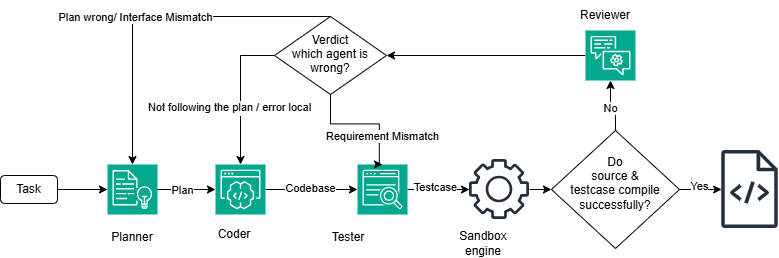
Before: images/Architect.png, a diagram exported from draw.io (Ctam0504/MAPS-Code). Source tidied: cells renumbered, new cells last; positions are measured from the earlier drawing's top-left corner, leaving out a move shared by most shapes. Source of this version:
```xml
<mxGraphModel>
  <root>
    <mxCell id="0" />
    <mxCell id="1" parent="0" />
    <mxCell id="2" style="sketch=0;points=[[0,0,0],[0.25,0,0],[0.5,0,0],[0.75,0,0],[1,0,0],[0,1,0],[0.25,1,0],[0.5,1,0],[0.75,1,0],[1,1,0],[0,0.25,0],[0,0.5,0],[0,0.75,0],[1,0.25,0],[1,0.5,0],[1,0.75,0]];outlineConnect=0;fontColor=#232F3E;fillColor=#01A88D;strokeColor=#ffffff;dashed=0;verticalLabelPosition=bottom;verticalAlign=top;align=center;html=1;fontSize=12;fontStyle=0;shape=mxgraph.aws4.resourceIcon;resIcon=mxgraph.aws4.comprehend;" parent="1" vertex="1">
      <mxGeometry x="107" y="164" width="50" height="50" as="geometry" />
    </mxCell>
    <mxCell id="3" style="edgeStyle=orthogonalEdgeStyle;rounded=0;jettySize=auto;html=1;exitX=1;exitY=0.5;exitDx=0;exitDy=0;exitPerimeter=0;" parent="1" edge="1" source="5" target="19">
      <mxGeometry relative="1" as="geometry" />
    </mxCell>
    <mxCell id="4" value="Testcase" style="edgeLabel;html=1;align=center;verticalAlign=middle;" parent="3" vertex="1">
      <mxGeometry x="-0.07" y="2" relative="1" as="geometry">
        <mxPoint x="-2" y="-1" as="offset" />
      </mxGeometry>
    </mxCell>
    <mxCell id="5" style="sketch=0;points=[[0,0,0],[0.25,0,0],[0.5,0,0],[0.75,0,0],[1,0,0],[0,1,0],[0.25,1,0],[0.5,1,0],[0.75,1,0],[1,1,0],[0,0.25,0],[0,0.5,0],[0,0.75,0],[1,0.25,0],[1,0.5,0],[1,0.75,0]];outlineConnect=0;fontColor=#232F3E;fillColor=#01A88D;strokeColor=#ffffff;dashed=0;verticalLabelPosition=bottom;verticalAlign=top;align=center;html=1;fontSize=12;fontStyle=0;shape=mxgraph.aws4.resourceIcon;resIcon=mxgraph.aws4.kendra;" parent="1" vertex="1">
      <mxGeometry x="357" y="164" width="50" height="50" as="geometry" />
    </mxCell>
    <mxCell id="6" style="edgeStyle=orthogonalEdgeStyle;rounded=0;jettySize=auto;html=1;exitX=0;exitY=0.5;exitDx=0;exitDy=0;exitPerimeter=0;entryX=1;entryY=0.5;entryDx=0;entryDy=0;" parent="1" edge="1" source="7" target="26">
      <mxGeometry relative="1" as="geometry" />
    </mxCell>
    <mxCell id="7" style="sketch=0;points=[[0,0,0],[0.25,0,0],[0.5,0,0],[0.75,0,0],[1,0,0],[0,1,0],[0.25,1,0],[0.5,1,0],[0.75,1,0],[1,1,0],[0,0.25,0],[0,0.5,0],[0,0.75,0],[1,0.25,0],[1,0.5,0],[1,0.75,0]];outlineConnect=0;fontColor=#232F3E;fillColor=#01A88D;strokeColor=#ffffff;dashed=0;verticalLabelPosition=bottom;verticalAlign=top;align=center;html=1;fontSize=12;fontStyle=0;shape=mxgraph.aws4.resourceIcon;resIcon=mxgraph.aws4.lex;" parent="1" vertex="1">
      <mxGeometry x="585" y="30" width="50" height="50" as="geometry" />
    </mxCell>
    <mxCell id="8" style="sketch=0;points=[[0,0,0],[0.25,0,0],[0.5,0,0],[0.75,0,0],[1,0,0],[0,1,0],[0.25,1,0],[0.5,1,0],[0.75,1,0],[1,1,0],[0,0.25,0],[0,0.5,0],[0,0.75,0],[1,0.25,0],[1,0.5,0],[1,0.75,0]];outlineConnect=0;fontColor=#232F3E;fillColor=#01A88D;strokeColor=#ffffff;dashed=0;verticalLabelPosition=bottom;verticalAlign=top;align=center;html=1;fontSize=12;fontStyle=0;shape=mxgraph.aws4.resourceIcon;resIcon=mxgraph.aws4.codewhisperer;" parent="1" vertex="1">
      <mxGeometry x="215" y="164" width="50" height="50" as="geometry" />
    </mxCell>
    <mxCell id="9" style="edgeStyle=orthogonalEdgeStyle;rounded=0;jettySize=auto;html=1;exitX=1;exitY=0.5;exitDx=0;exitDy=0;exitPerimeter=0;entryX=0;entryY=0.5;entryDx=0;entryDy=0;entryPerimeter=0;" parent="1" edge="1" source="2" target="8">
      <mxGeometry relative="1" as="geometry" />
    </mxCell>
    <mxCell id="10" value="Plan" style="edgeLabel;html=1;align=center;verticalAlign=middle;" parent="9" vertex="1">
      <mxGeometry x="0.07" y="1" relative="1" as="geometry">
        <mxPoint x="-7" y="1" as="offset" />
      </mxGeometry>
    </mxCell>
    <mxCell id="11" style="edgeStyle=orthogonalEdgeStyle;rounded=0;jettySize=auto;html=1;exitX=1;exitY=0.5;exitDx=0;exitDy=0;exitPerimeter=0;entryX=0;entryY=0.5;entryDx=0;entryDy=0;entryPerimeter=0;" parent="1" edge="1" source="8" target="5">
      <mxGeometry relative="1" as="geometry" />
    </mxCell>
    <mxCell id="12" value="Codebase" style="edgeLabel;html=1;align=center;verticalAlign=middle;" parent="11" vertex="1">
      <mxGeometry x="-0.34" y="2" relative="1" as="geometry">
        <mxPoint x="14" as="offset" />
      </mxGeometry>
    </mxCell>
    <mxCell id="13" style="sketch=0;outlineConnect=0;fontColor=#232F3E;gradientColor=none;fillColor=#232F3D;strokeColor=none;dashed=0;verticalLabelPosition=bottom;verticalAlign=top;align=center;html=1;fontSize=12;fontStyle=0;shape=mxgraph.aws4.source_code;" parent="1" vertex="1">
      <mxGeometry x="721" y="150" width="57" height="78" as="geometry" />
    </mxCell>
    <mxCell id="14" value="Coder" style="text;html=1;whiteSpace=wrap;strokeColor=none;fillColor=none;align=center;verticalAlign=middle;rounded=0;" parent="1" vertex="1">
      <mxGeometry x="204" y="219" width="60" height="30" as="geometry" />
    </mxCell>
    <mxCell id="15" value="Planner" style="text;html=1;whiteSpace=wrap;strokeColor=none;fillColor=none;align=center;verticalAlign=middle;rounded=0;" parent="1" vertex="1">
      <mxGeometry x="102" y="222" width="60" height="30" as="geometry" />
    </mxCell>
    <mxCell id="16" value="Tester" style="text;html=1;whiteSpace=wrap;strokeColor=none;fillColor=none;align=center;verticalAlign=middle;rounded=0;" parent="1" vertex="1">
      <mxGeometry x="318" y="222" width="60" height="30" as="geometry" />
    </mxCell>
    <mxCell id="17" value="Reviewer" style="text;html=1;whiteSpace=wrap;strokeColor=none;fillColor=none;align=center;verticalAlign=middle;rounded=0;" parent="1" vertex="1">
      <mxGeometry x="575" width="60" height="30" as="geometry" />
    </mxCell>
    <mxCell id="18" style="edgeStyle=orthogonalEdgeStyle;rounded=0;jettySize=auto;html=1;entryX=0;entryY=0.5;entryDx=0;entryDy=0;" parent="1" edge="1" source="19" target="33">
      <mxGeometry relative="1" as="geometry" />
    </mxCell>
    <mxCell id="19" style="sketch=0;outlineConnect=0;fontColor=#232F3E;gradientColor=none;fillColor=#232F3D;strokeColor=none;dashed=0;verticalLabelPosition=bottom;verticalAlign=top;align=center;html=1;fontSize=12;fontStyle=0;shape=mxgraph.aws4.gear;" parent="1" vertex="1">
      <mxGeometry x="469" y="159" width="60" height="60" as="geometry" />
    </mxCell>
    <mxCell id="20" value="Sandbox engine" style="text;html=1;whiteSpace=wrap;strokeColor=none;fillColor=none;align=center;verticalAlign=middle;rounded=0;" parent="1" vertex="1">
      <mxGeometry x="453" y="228" width="60" height="30" as="geometry" />
    </mxCell>
    <mxCell id="21" style="edgeStyle=orthogonalEdgeStyle;rounded=0;jettySize=auto;html=1;exitX=0;exitY=0.5;exitDx=0;exitDy=0;entryX=0.5;entryY=0;entryDx=0;entryDy=0;entryPerimeter=0;" parent="1" edge="1" source="26" target="8">
      <mxGeometry relative="1" as="geometry" />
    </mxCell>
    <mxCell id="22" value="Text" style="edgeLabel;html=1;align=center;verticalAlign=middle;" parent="21" vertex="1">
      <mxGeometry x="0.22" y="-2" relative="1" as="geometry" />
    </mxCell>
    <mxCell id="23" value="Not following the plan / error local" style="edgeLabel;html=1;align=center;verticalAlign=middle;" parent="21" vertex="1">
      <mxGeometry x="0.21" y="-4" relative="1" as="geometry">
        <mxPoint x="-8" y="-1" as="offset" />
      </mxGeometry>
    </mxCell>
    <mxCell id="24" style="edgeStyle=orthogonalEdgeStyle;rounded=0;jettySize=auto;html=1;exitX=0.5;exitY=0;exitDx=0;exitDy=0;entryX=0.5;entryY=0;entryDx=0;entryDy=0;entryPerimeter=0;" parent="1" edge="1" source="26" target="2">
      <mxGeometry relative="1" as="geometry">
        <Array as="points">
          <mxPoint x="132" y="16" />
        </Array>
      </mxGeometry>
    </mxCell>
    <mxCell id="25" value="Plan wrong/ Interface Mismatch" style="edgeLabel;html=1;align=center;verticalAlign=middle;" parent="24" vertex="1">
      <mxGeometry x="0.09" relative="1" as="geometry">
        <mxPoint x="-8" as="offset" />
      </mxGeometry>
    </mxCell>
    <mxCell id="26" value="Verdict which agent is wrong?" style="rhombus;whiteSpace=wrap;html=1;shapeInside=1;" parent="1" vertex="1">
      <mxGeometry x="274" y="16" width="112" height="78" as="geometry" />
    </mxCell>
    <mxCell id="27" style="edgeStyle=orthogonalEdgeStyle;rounded=0;jettySize=auto;html=1;exitX=0.5;exitY=1;exitDx=0;exitDy=0;entryX=0.5;entryY=0;entryDx=0;entryDy=0;entryPerimeter=0;" parent="1" edge="1" source="26" target="5">
      <mxGeometry relative="1" as="geometry">
        <Array as="points">
          <mxPoint x="330" y="123.4" />
          <mxPoint x="378.8" y="123.4" />
          <mxPoint x="378.8" y="164" />
        </Array>
      </mxGeometry>
    </mxCell>
    <mxCell id="28" value="Requirement Mismatch" style="edgeLabel;html=1;align=center;verticalAlign=middle;" parent="27" vertex="1">
      <mxGeometry x="-0.43" y="1" relative="1" as="geometry">
        <mxPoint x="46" y="13" as="offset" />
      </mxGeometry>
    </mxCell>
    <mxCell id="29" value="Task" style="rounded=1;whiteSpace=wrap;html=1;" parent="1" vertex="1">
      <mxGeometry y="175" width="57" height="28" as="geometry" />
    </mxCell>
    <mxCell id="30" style="edgeStyle=orthogonalEdgeStyle;rounded=0;jettySize=auto;html=1;entryX=0;entryY=0.5;entryDx=0;entryDy=0;entryPerimeter=0;" parent="1" edge="1" source="29" target="2">
      <mxGeometry relative="1" as="geometry" />
    </mxCell>
    <mxCell id="31" style="edgeStyle=orthogonalEdgeStyle;rounded=0;jettySize=auto;html=1;exitX=1;exitY=0.5;exitDx=0;exitDy=0;" parent="1" edge="1" source="33" target="13">
      <mxGeometry relative="1" as="geometry" />
    </mxCell>
    <mxCell id="32" value="Yes" style="edgeLabel;html=1;align=center;verticalAlign=middle;" parent="31" vertex="1">
      <mxGeometry x="-0.1" y="4" relative="1" as="geometry" />
    </mxCell>
    <mxCell id="33" value="Do source &amp;amp; testcase compile successfully?" style="rhombus;whiteSpace=wrap;html=1;shapeInside=1;" parent="1" vertex="1">
      <mxGeometry x="551" y="130" width="128" height="118" as="geometry" />
    </mxCell>
    <mxCell id="34" style="edgeStyle=orthogonalEdgeStyle;rounded=0;jettySize=auto;html=1;exitX=0.5;exitY=0;exitDx=0;exitDy=0;entryX=0.5;entryY=1;entryDx=0;entryDy=0;entryPerimeter=0;" parent="1" edge="1" source="33" target="7">
      <mxGeometry relative="1" as="geometry" />
    </mxCell>
    <mxCell id="35" value="No" style="edgeLabel;html=1;align=center;verticalAlign=middle;" parent="34" vertex="1">
      <mxGeometry x="0.09" y="2" relative="1" as="geometry">
        <mxPoint x="1" y="2" as="offset" />
      </mxGeometry>
    </mxCell>
  </root>
</mxGraphModel>
```
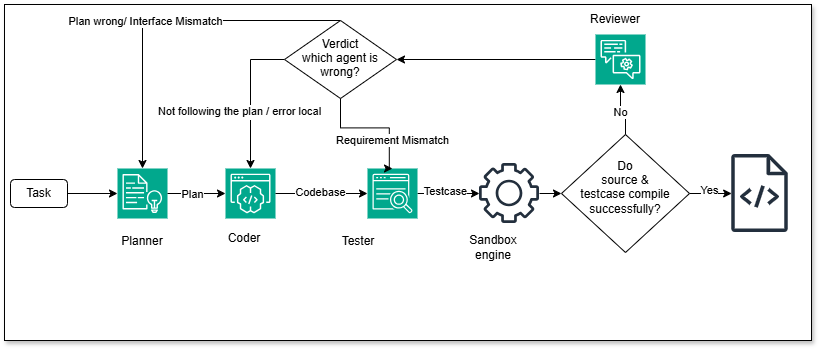
After the change.

What changed in the source:
```diff
@@ -2,6 +2,9 @@
   <root>
     <mxCell id="0" />
     <mxCell id="1" parent="0" />
+    <mxCell id="36" style="whiteSpace=wrap;html=1;shadow=1;" parent="1" vertex="1">
+      <mxGeometry x="-6" width="807" height="336" as="geometry" />
+    </mxCell>
     <mxCell id="2" style="sketch=0;points=[[0,0,0],[0.25,0,0],[0.5,0,0],[0.75,0,0],[1,0,0],[0,1,0],[0.25,1,0],[0.5,1,0],[0.75,1,0],[1,1,0],[0,0.25,0],[0,0.5,0],[0,0.75,0],[1,0.25,0],[1,0.5,0],[1,0.75,0]];outlineConnect=0;fontColor=#232F3E;fillColor=#01A88D;strokeColor=#ffffff;dashed=0;verticalLabelPosition=bottom;verticalAlign=top;align=center;html=1;fontSize=12;fontStyle=0;shape=mxgraph.aws4.resourceIcon;resIcon=mxgraph.aws4.comprehend;" parent="1" vertex="1">
       <mxGeometry x="107" y="164" width="50" height="50" as="geometry" />
     </mxCell>
```
